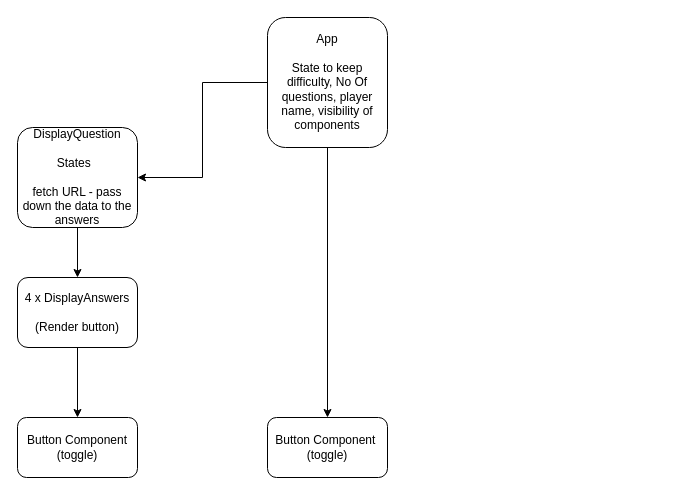
The draw.io diagram Plan.drawio in lucaxue/trivia-quiz-app, before the edit. Source tidied: cells renumbered, new cells numbered last; positions are measured from the earlier drawing's top-left corner, leaving out a move shared by most shapes. Both pictures are drawn from the tidied source at 100%, with x=0, y=0 at pixel (17, 17).
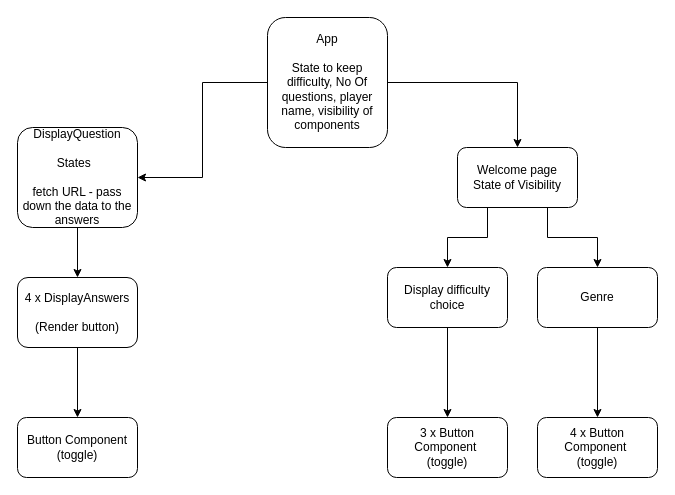
The same diagram, later.

The edit, as a diff of the source:
```diff
@@
 <mxGraphModel>
   <root>
     <mxCell id="0" />
     <mxCell id="1" parent="0" />
-    <mxCell id="2" style="edgeStyle=orthogonalEdgeStyle;rounded=0;jettySize=auto;html=1;exitX=0.5;exitY=1;exitDx=0;exitDy=0;entryX=0.5;entryY=0;entryDx=0;entryDy=0;" parent="1" edge="1" source="4" target="10">
+    <mxCell id="2" style="edgeStyle=orthogonalEdgeStyle;rounded=0;jettySize=auto;html=1;exitX=0.5;exitY=1;exitDx=0;exitDy=0;entryX=0.5;entryY=0;entryDx=0;entryDy=0;" parent="1" edge="1" source="14" target="10">
       <mxGeometry relative="1" as="geometry" />
     </mxCell>
     <mxCell id="3" style="edgeStyle=orthogonalEdgeStyle;rounded=0;jettySize=auto;html=1;exitX=0;exitY=0.5;exitDx=0;exitDy=0;" parent="1" edge="1" source="4" target="6">
       <mxGeometry relative="1" as="geometry" />
     </mxCell>
+    <mxCell id="11" style="edgeStyle=orthogonalEdgeStyle;rounded=0;jettySize=auto;html=1;exitX=0.25;exitY=1;exitDx=0;exitDy=0;entryX=0.5;entryY=0;entryDx=0;entryDy=0;" parent="1" edge="1" source="17" target="14">
+      <mxGeometry relative="1" as="geometry" />
+    </mxCell>
+    <mxCell id="12" style="edgeStyle=orthogonalEdgeStyle;rounded=0;jettySize=auto;html=1;exitX=0.75;exitY=1;exitDx=0;exitDy=0;entryX=0.5;entryY=0;entryDx=0;entryDy=0;" parent="1" edge="1" source="17" target="16">
+      <mxGeometry relative="1" as="geometry" />
+    </mxCell>
+    <mxCell id="13" style="edgeStyle=orthogonalEdgeStyle;rounded=0;jettySize=auto;html=1;exitX=1;exitY=0.5;exitDx=0;exitDy=0;entryX=0.5;entryY=0;entryDx=0;entryDy=0;" parent="1" edge="1" source="4" target="17">
+      <mxGeometry relative="1" as="geometry" />
+    </mxCell>
     <mxCell id="4" value="App&lt;br&gt;&lt;br&gt;State to keep difficulty, No Of questions, player name, visibility of components" style="rounded=1;whiteSpace=wrap;html=1;" parent="1" vertex="1">
       <mxGeometry x="250" width="120" height="130" as="geometry" />
     </mxCell>
     <mxCell id="5" style="edgeStyle=orthogonalEdgeStyle;rounded=0;jettySize=auto;html=1;exitX=0.5;exitY=1;exitDx=0;exitDy=0;" parent="1" edge="1" source="6" target="8">
       <mxGeometry relative="1" as="geometry" />
     </mxCell>
     <mxCell id="6" value="DisplayQuestion&lt;br&gt;&lt;br&gt;States&amp;nbsp;&amp;nbsp;&lt;br&gt;&lt;br&gt;fetch URL - pass down the data to the answers" style="rounded=1;whiteSpace=wrap;html=1;" parent="1" vertex="1">
       <mxGeometry y="110" width="120" height="100" as="geometry" />
     </mxCell>
     <mxCell id="7" style="edgeStyle=orthogonalEdgeStyle;rounded=0;jettySize=auto;html=1;exitX=0.5;exitY=1;exitDx=0;exitDy=0;" parent="1" edge="1" source="8" target="9">
       <mxGeometry relative="1" as="geometry" />
     </mxCell>
     <mxCell id="8" value="4 x DisplayAnswers&lt;br&gt;&lt;br&gt;(Render button)" style="rounded=1;whiteSpace=wrap;html=1;" parent="1" vertex="1">
       <mxGeometry y="260" width="120" height="70" as="geometry" />
     </mxCell>
     <mxCell id="9" value="Button Component&lt;br&gt;(toggle)" style="rounded=1;whiteSpace=wrap;html=1;" parent="1" vertex="1">
       <mxGeometry y="400" width="120" height="60" as="geometry" />
     </mxCell>
-    <mxCell id="10" value="Button Component&amp;nbsp;&lt;br&gt;(toggle)" style="rounded=1;whiteSpace=wrap;html=1;" parent="1" vertex="1">
-      <mxGeometry x="250" y="400" width="120" height="60" as="geometry" />
+    <mxCell id="10" value="3 x Button Component&amp;nbsp;&lt;br&gt;(toggle)" style="rounded=1;whiteSpace=wrap;html=1;" parent="1" vertex="1">
+      <mxGeometry x="370" y="400" width="120" height="60" as="geometry" />
     </mxCell>
+    <mxCell id="14" value="Display difficulty choice" style="rounded=1;whiteSpace=wrap;html=1;" parent="1" vertex="1">
+      <mxGeometry x="370" y="250" width="120" height="60" as="geometry" />
+    </mxCell>
+    <mxCell id="15" style="edgeStyle=orthogonalEdgeStyle;rounded=0;jettySize=auto;html=1;exitX=0.5;exitY=1;exitDx=0;exitDy=0;entryX=0.5;entryY=0;entryDx=0;entryDy=0;" parent="1" edge="1" source="16" target="18">
+      <mxGeometry relative="1" as="geometry" />
+    </mxCell>
+    <mxCell id="16" value="Genre" style="rounded=1;whiteSpace=wrap;html=1;" parent="1" vertex="1">
+      <mxGeometry x="520" y="250" width="120" height="60" as="geometry" />
+    </mxCell>
+    <mxCell id="17" value="Welcome page&lt;br&gt;State of Visibility" style="rounded=1;whiteSpace=wrap;html=1;" parent="1" vertex="1">
+      <mxGeometry x="440" y="130" width="120" height="60" as="geometry" />
+    </mxCell>
+    <mxCell id="18" value="4 x Button Component&amp;nbsp;&lt;br&gt;(toggle)" style="rounded=1;whiteSpace=wrap;html=1;" parent="1" vertex="1">
+      <mxGeometry x="520" y="400" width="120" height="60" as="geometry" />
+    </mxCell>
   </root>
 </mxGraphModel>
```
